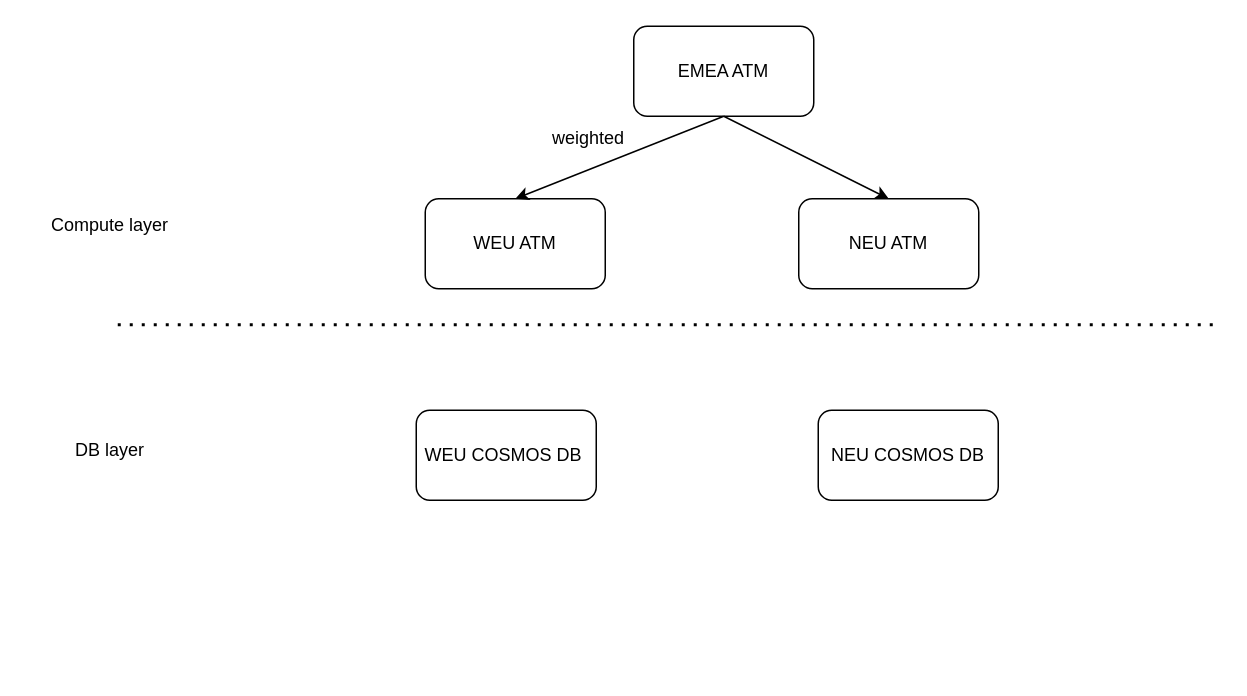
Earlier version of the draw.io diagram 未命名绘图.drawio (nonly/timewheel). Source tidied: cells renumbered, new cells numbered last; positions are measured from the earlier drawing's top-left corner, leaving out a move shared by most shapes. Both pictures are drawn from the tidied source at 150%, with x=0, y=0 at pixel (26, 26).
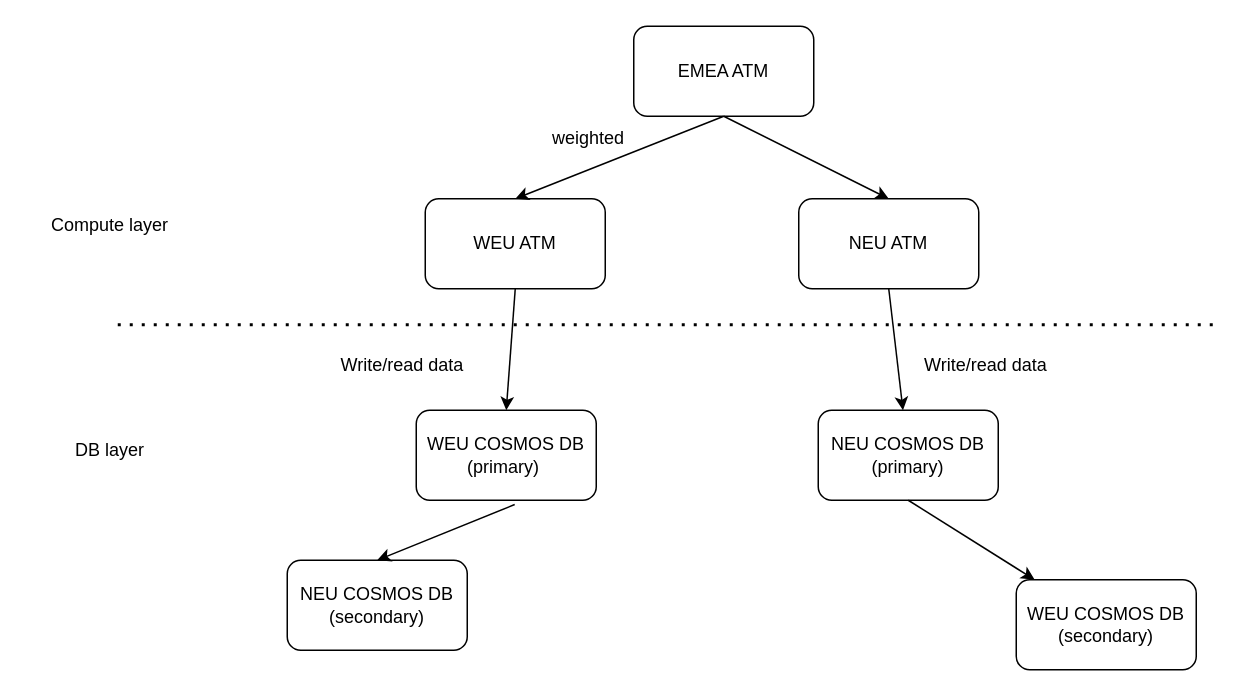
The same diagram, later.

Commit message (it also covers changes not shown here):
Update 未命名绘图.drawio

The change refers to these unchanged cells:
```xml
<mxCell id="2" value="WEU ATM" style="rounded=1;whiteSpace=wrap;html=1;" parent="1" vertex="1">
  <mxGeometry x="266" y="115" width="120" height="60" as="geometry" />
</mxCell>
<mxCell id="3" value="NEU ATM" style="rounded=1;whiteSpace=wrap;html=1;" parent="1" vertex="1">
  <mxGeometry x="515" y="115" width="120" height="60" as="geometry" />
</mxCell>
```

What changed in the source:
```diff
@@
-    <mxCell id="11" value="WEU COSMOS DB&amp;nbsp;" style="rounded=1;whiteSpace=wrap;html=1;" parent="1" vertex="1">
+    <mxCell id="11" value="WEU COSMOS DB (primary)&amp;nbsp;" style="rounded=1;whiteSpace=wrap;html=1;" parent="1" vertex="1">
       <mxGeometry x="260" y="256" width="120" height="60" as="geometry" />
     </mxCell>
-    <mxCell id="12" value="NEU COSMOS DB" style="rounded=1;whiteSpace=wrap;html=1;" parent="1" vertex="1">
+    <mxCell id="12" value="NEU COSMOS DB (primary)" style="rounded=1;whiteSpace=wrap;html=1;" parent="1" vertex="1">
       <mxGeometry x="528" y="256" width="120" height="60" as="geometry" />
     </mxCell>
+    <mxCell id="13" value="NEU COSMOS DB (secondary)" style="rounded=1;whiteSpace=wrap;html=1;" parent="1" vertex="1">
+      <mxGeometry x="174" y="356" width="120" height="60" as="geometry" />
+    </mxCell>
+    <mxCell id="14" style="endArrow=classic;html=1;rounded=0;exitX=0.547;exitY=1.048;exitDx=0;exitDy=0;exitPerimeter=0;entryX=0.5;entryY=0;entryDx=0;entryDy=0;" parent="1" edge="1" source="11" target="13">
+      <mxGeometry relative="1" as="geometry" />
+    </mxCell>
+    <mxCell id="15" value="WEU COSMOS DB (secondary)" style="rounded=1;whiteSpace=wrap;html=1;" parent="1" vertex="1">
+      <mxGeometry x="660" y="369" width="120" height="60" as="geometry" />
+    </mxCell>
+    <mxCell id="16" style="endArrow=classic;html=1;rounded=0;exitX=0.5;exitY=1;exitDx=0;exitDy=0;" parent="1" edge="1" source="12" target="15">
+      <mxGeometry relative="1" as="geometry" />
+    </mxCell>
+    <mxCell id="17" style="endArrow=classic;html=1;rounded=0;exitX=0.5;exitY=1;exitDx=0;exitDy=0;entryX=0.5;entryY=0;entryDx=0;entryDy=0;" parent="1" edge="1" source="2" target="11">
+      <mxGeometry relative="1" as="geometry" />
+    </mxCell>
+    <mxCell id="18" style="endArrow=classic;html=1;rounded=0;exitX=0.5;exitY=1;exitDx=0;exitDy=0;" parent="1" edge="1" source="3" target="12">
+      <mxGeometry relative="1" as="geometry" />
+    </mxCell>
+    <mxCell id="19" value="Write/read data" style="text;html=1;align=center;verticalAlign=middle;whiteSpace=wrap;rounded=0;" parent="1" vertex="1">
+      <mxGeometry x="192" y="211" width="118" height="30" as="geometry" />
+    </mxCell>
+    <mxCell id="20" value="Write/read data" style="text;html=1;align=center;verticalAlign=middle;whiteSpace=wrap;rounded=0;" parent="1" vertex="1">
+      <mxGeometry x="581" y="211" width="118" height="30" as="geometry" />
+    </mxCell>
```
